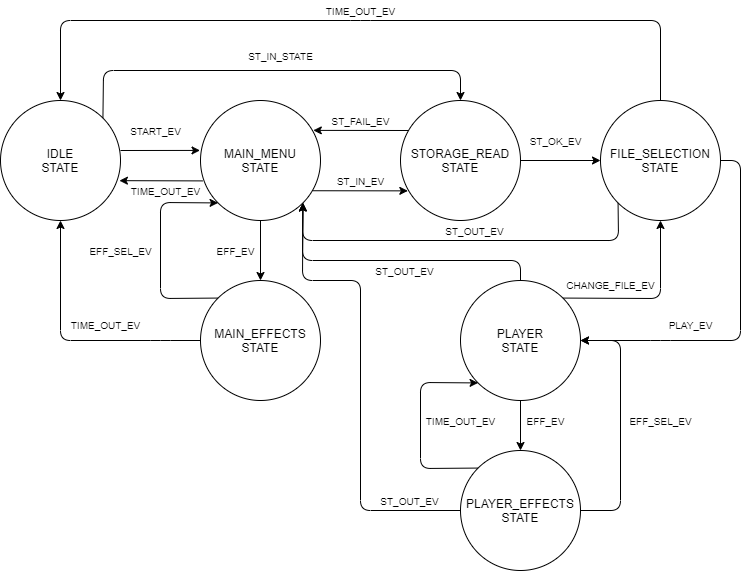
The draw.io diagram docs/fsm.png in Labo-Microprocesadores/MP3_Player, before a commit. Source tidied: cells renumbered, new cells last; positions are measured from the earlier drawing's top-left corner, leaving out a move shared by most shapes. Its diagram source:
```xml
<mxGraphModel>
  <root>
    <mxCell id="0" />
    <mxCell id="1" parent="0" />
    <mxCell id="2" value="IDLE&lt;br&gt;STATE" style="ellipse;whiteSpace=wrap;html=1;" parent="1" vertex="1">
      <mxGeometry y="100" width="120" height="120" as="geometry" />
    </mxCell>
    <mxCell id="3" value="MAIN_MENU&lt;br&gt;STATE" style="ellipse;whiteSpace=wrap;html=1;" parent="1" vertex="1">
      <mxGeometry x="200" y="100" width="120" height="120" as="geometry" />
    </mxCell>
    <mxCell id="4" value="FILE_SELECTION&lt;br&gt;STATE" style="ellipse;whiteSpace=wrap;html=1;" parent="1" vertex="1">
      <mxGeometry x="600" y="100" width="120" height="120" as="geometry" />
    </mxCell>
    <mxCell id="5" value="PLAYER&lt;br&gt;STATE" style="ellipse;whiteSpace=wrap;html=1;" parent="1" vertex="1">
      <mxGeometry x="460" y="280" width="120" height="120" as="geometry" />
    </mxCell>
    <mxCell id="6" value="MAIN_EFFECTS&lt;br&gt;STATE" style="ellipse;whiteSpace=wrap;html=1;" parent="1" vertex="1">
      <mxGeometry x="200" y="280" width="120" height="120" as="geometry" />
    </mxCell>
    <mxCell id="7" style="endArrow=classic;html=1;entryX=-0.004;entryY=0.416;entryDx=0;entryDy=0;entryPerimeter=0;" parent="1" edge="1" target="3">
      <mxGeometry relative="1" as="geometry">
        <mxPoint x="120" y="150" as="sourcePoint" />
      </mxGeometry>
    </mxCell>
    <mxCell id="8" value="STORAGE_READ&lt;br&gt;STATE" style="ellipse;whiteSpace=wrap;html=1;" parent="1" vertex="1">
      <mxGeometry x="400" y="100" width="120" height="120" as="geometry" />
    </mxCell>
    <mxCell id="9" value="&lt;span style=&quot;font-size: 10px&quot;&gt;START_EV&lt;/span&gt;" style="text;html=1;align=center;verticalAlign=middle;" parent="1" vertex="1">
      <mxGeometry x="120" y="120" width="70" height="20" as="geometry" />
    </mxCell>
    <mxCell id="10" style="endArrow=classic;html=1;exitX=1;exitY=0;exitDx=0;exitDy=0;entryX=0.5;entryY=0;entryDx=0;entryDy=0;" parent="1" edge="1" source="2" target="8">
      <mxGeometry relative="1" as="geometry">
        <Array as="points">
          <mxPoint x="103" y="70" />
          <mxPoint x="460" y="70" />
        </Array>
      </mxGeometry>
    </mxCell>
    <mxCell id="11" value="&lt;span style=&quot;font-size: 10px&quot;&gt;ST_IN_STATE&lt;/span&gt;" style="text;html=1;align=center;verticalAlign=middle;" parent="1" vertex="1">
      <mxGeometry x="240" y="45" width="80" height="20" as="geometry" />
    </mxCell>
    <mxCell id="12" style="endArrow=classic;html=1;exitX=1;exitY=0.5;exitDx=0;exitDy=0;entryX=0;entryY=0.5;entryDx=0;entryDy=0;" parent="1" edge="1" source="8" target="4">
      <mxGeometry relative="1" as="geometry" />
    </mxCell>
    <mxCell id="13" value="&lt;span style=&quot;font-size: 10px&quot;&gt;ST_OK_EV&lt;/span&gt;" style="text;html=1;align=center;verticalAlign=middle;" parent="1" vertex="1">
      <mxGeometry x="520" y="130" width="70" height="20" as="geometry" />
    </mxCell>
    <mxCell id="14" style="endArrow=classic;html=1;exitX=0.066;exitY=0.25;exitDx=0;exitDy=0;exitPerimeter=0;entryX=0.94;entryY=0.249;entryDx=0;entryDy=0;entryPerimeter=0;" parent="1" edge="1" source="8" target="3">
      <mxGeometry relative="1" as="geometry" />
    </mxCell>
    <mxCell id="15" value="&lt;span style=&quot;font-size: 10px&quot;&gt;ST_FAIL_EV&lt;/span&gt;" style="text;html=1;align=center;verticalAlign=middle;" parent="1" vertex="1">
      <mxGeometry x="325" y="110" width="70" height="20" as="geometry" />
    </mxCell>
    <mxCell id="16" style="endArrow=classic;html=1;exitX=0.937;exitY=0.752;exitDx=0;exitDy=0;entryX=0.061;entryY=0.753;entryDx=0;entryDy=0;exitPerimeter=0;entryPerimeter=0;" parent="1" edge="1" source="3" target="8">
      <mxGeometry relative="1" as="geometry" />
    </mxCell>
    <mxCell id="17" value="&lt;span style=&quot;font-size: 10px&quot;&gt;ST_IN_EV&lt;/span&gt;" style="text;html=1;align=center;verticalAlign=middle;" parent="1" vertex="1">
      <mxGeometry x="330" y="170" width="60" height="20" as="geometry" />
    </mxCell>
    <mxCell id="18" style="endArrow=classic;html=1;exitX=0.017;exitY=0.67;exitDx=0;exitDy=0;entryX=0.991;entryY=0.668;entryDx=0;entryDy=0;entryPerimeter=0;exitPerimeter=0;" parent="1" edge="1" source="3" target="2">
      <mxGeometry relative="1" as="geometry" />
    </mxCell>
    <mxCell id="19" value="&lt;span style=&quot;font-size: 10px&quot;&gt;TIME_OUT_EV&lt;/span&gt;" style="text;html=1;align=center;verticalAlign=middle;" parent="1" vertex="1">
      <mxGeometry x="120" y="180" width="90" height="20" as="geometry" />
    </mxCell>
    <mxCell id="20" style="endArrow=classic;html=1;exitX=0.5;exitY=0;exitDx=0;exitDy=0;entryX=0.5;entryY=0;entryDx=0;entryDy=0;" parent="1" edge="1" source="4" target="2">
      <mxGeometry relative="1" as="geometry">
        <Array as="points">
          <mxPoint x="660" y="20" />
          <mxPoint x="360" y="20" />
          <mxPoint x="60" y="20" />
        </Array>
      </mxGeometry>
    </mxCell>
    <mxCell id="21" value="&lt;span style=&quot;font-size: 10px&quot;&gt;TIME_OUT_EV&lt;/span&gt;" style="text;html=1;align=center;verticalAlign=middle;" parent="1" vertex="1">
      <mxGeometry x="315" width="90" height="20" as="geometry" />
    </mxCell>
    <mxCell id="22" style="endArrow=classic;html=1;exitX=1;exitY=0.5;exitDx=0;exitDy=0;entryX=1;entryY=0.5;entryDx=0;entryDy=0;" parent="1" edge="1" source="4" target="5">
      <mxGeometry relative="1" as="geometry">
        <Array as="points">
          <mxPoint x="740" y="160" />
          <mxPoint x="740" y="340" />
          <mxPoint x="660" y="340" />
        </Array>
      </mxGeometry>
    </mxCell>
    <mxCell id="23" value="&lt;span style=&quot;font-size: 10px&quot;&gt;PLAY_EV&lt;/span&gt;" style="text;html=1;align=center;verticalAlign=middle;" parent="1" vertex="1">
      <mxGeometry x="660" y="314" width="60" height="20" as="geometry" />
    </mxCell>
    <mxCell id="24" style="endArrow=classic;html=1;exitX=1;exitY=0;exitDx=0;exitDy=0;entryX=0.5;entryY=1;entryDx=0;entryDy=0;" parent="1" edge="1" source="5" target="4">
      <mxGeometry relative="1" as="geometry">
        <Array as="points">
          <mxPoint x="660" y="298" />
        </Array>
      </mxGeometry>
    </mxCell>
    <mxCell id="25" value="&lt;span style=&quot;font-size: 10px&quot;&gt;CHANGE_FILE_EV&lt;/span&gt;" style="text;html=1;align=center;verticalAlign=middle;" parent="1" vertex="1">
      <mxGeometry x="560" y="274" width="100" height="20" as="geometry" />
    </mxCell>
    <mxCell id="26" style="endArrow=classic;html=1;exitX=0.5;exitY=1;exitDx=0;exitDy=0;entryX=0.5;entryY=0;entryDx=0;entryDy=0;" parent="1" edge="1" source="3" target="6">
      <mxGeometry relative="1" as="geometry" />
    </mxCell>
    <mxCell id="27" value="&lt;span style=&quot;font-size: 10px&quot;&gt;EFF_EV&lt;/span&gt;" style="text;html=1;align=center;verticalAlign=middle;" parent="1" vertex="1">
      <mxGeometry x="210" y="240" width="50" height="20" as="geometry" />
    </mxCell>
    <mxCell id="28" style="endArrow=classic;html=1;exitX=0;exitY=0;exitDx=0;exitDy=0;entryX=0;entryY=1;entryDx=0;entryDy=0;" parent="1" edge="1" source="6" target="3">
      <mxGeometry relative="1" as="geometry">
        <Array as="points">
          <mxPoint x="160" y="298" />
          <mxPoint x="160" y="202" />
        </Array>
      </mxGeometry>
    </mxCell>
    <mxCell id="29" style="endArrow=classic;html=1;exitX=0;exitY=1;exitDx=0;exitDy=0;entryX=1;entryY=1;entryDx=0;entryDy=0;" parent="1" edge="1" source="4" target="3">
      <mxGeometry relative="1" as="geometry">
        <Array as="points">
          <mxPoint x="618" y="240" />
          <mxPoint x="302" y="240" />
        </Array>
      </mxGeometry>
    </mxCell>
    <mxCell id="30" style="endArrow=classic;html=1;exitX=0.5;exitY=0;exitDx=0;exitDy=0;entryX=1;entryY=1;entryDx=0;entryDy=0;" parent="1" edge="1" source="5" target="3">
      <mxGeometry relative="1" as="geometry">
        <Array as="points">
          <mxPoint x="520" y="260" />
          <mxPoint x="302" y="260" />
        </Array>
      </mxGeometry>
    </mxCell>
    <mxCell id="31" value="&lt;span style=&quot;font-size: 10px&quot;&gt;ST_OUT_EV&lt;/span&gt;" style="text;html=1;align=center;verticalAlign=middle;" parent="1" vertex="1">
      <mxGeometry x="439" y="220" width="70" height="20" as="geometry" />
    </mxCell>
    <mxCell id="32" value="&lt;span style=&quot;font-size: 10px&quot;&gt;ST_OUT_EV&lt;/span&gt;" style="text;html=1;align=center;verticalAlign=middle;" parent="1" vertex="1">
      <mxGeometry x="369" y="260" width="70" height="20" as="geometry" />
    </mxCell>
    <mxCell id="33" value="PLAYER_EFFECTS&lt;br&gt;STATE" style="ellipse;whiteSpace=wrap;html=1;" parent="1" vertex="1">
      <mxGeometry x="460" y="450" width="120" height="120" as="geometry" />
    </mxCell>
    <mxCell id="34" style="endArrow=classic;html=1;exitX=1;exitY=0.5;exitDx=0;exitDy=0;entryX=1;entryY=0.5;entryDx=0;entryDy=0;" parent="1" edge="1" source="33" target="5">
      <mxGeometry relative="1" as="geometry">
        <Array as="points">
          <mxPoint x="620" y="510" />
          <mxPoint x="620" y="340" />
        </Array>
      </mxGeometry>
    </mxCell>
    <mxCell id="35" value="&lt;span style=&quot;font-size: 10px&quot;&gt;EFF_SEL_EV&lt;/span&gt;" style="text;html=1;align=center;verticalAlign=middle;" parent="1" vertex="1">
      <mxGeometry x="620" y="410" width="80" height="20" as="geometry" />
    </mxCell>
    <mxCell id="36" style="endArrow=classic;html=1;exitX=0.5;exitY=1;exitDx=0;exitDy=0;entryX=0.5;entryY=0;entryDx=0;entryDy=0;" parent="1" edge="1" source="5" target="33">
      <mxGeometry relative="1" as="geometry" />
    </mxCell>
    <mxCell id="37" value="&lt;span style=&quot;font-size: 10px&quot;&gt;EFF_EV&lt;/span&gt;" style="text;html=1;align=center;verticalAlign=middle;" parent="1" vertex="1">
      <mxGeometry x="520" y="410" width="50" height="20" as="geometry" />
    </mxCell>
    <mxCell id="38" style="endArrow=classic;html=1;exitX=0;exitY=0;exitDx=0;exitDy=0;entryX=0;entryY=1;entryDx=0;entryDy=0;" parent="1" edge="1" source="33" target="5">
      <mxGeometry relative="1" as="geometry">
        <Array as="points">
          <mxPoint x="420" y="468" />
          <mxPoint x="420" y="382" />
        </Array>
      </mxGeometry>
    </mxCell>
    <mxCell id="39" value="&lt;span style=&quot;font-size: 10px&quot;&gt;TIME_OUT_EV&lt;/span&gt;" style="text;html=1;align=center;verticalAlign=middle;" parent="1" vertex="1">
      <mxGeometry x="415" y="410" width="90" height="20" as="geometry" />
    </mxCell>
    <mxCell id="40" value="&lt;span style=&quot;font-size: 10px&quot;&gt;EFF_SEL_EV&lt;/span&gt;" style="text;html=1;align=center;verticalAlign=middle;" parent="1" vertex="1">
      <mxGeometry x="80" y="240" width="80" height="20" as="geometry" />
    </mxCell>
    <mxCell id="41" style="endArrow=classic;html=1;exitX=0;exitY=0.5;exitDx=0;exitDy=0;entryX=0.5;entryY=1;entryDx=0;entryDy=0;" parent="1" edge="1" source="6" target="2">
      <mxGeometry relative="1" as="geometry">
        <Array as="points">
          <mxPoint x="160" y="340" />
          <mxPoint x="60" y="340" />
        </Array>
      </mxGeometry>
    </mxCell>
    <mxCell id="42" value="&lt;span style=&quot;font-size: 10px&quot;&gt;TIME_OUT_EV&lt;/span&gt;" style="text;html=1;align=center;verticalAlign=middle;" parent="1" vertex="1">
      <mxGeometry x="60" y="314" width="90" height="20" as="geometry" />
    </mxCell>
    <mxCell id="43" style="endArrow=classic;html=1;exitX=0;exitY=0.5;exitDx=0;exitDy=0;entryX=1;entryY=1;entryDx=0;entryDy=0;" parent="1" edge="1" source="33" target="3">
      <mxGeometry relative="1" as="geometry">
        <Array as="points">
          <mxPoint x="360" y="510" />
          <mxPoint x="360" y="280" />
          <mxPoint x="302" y="280" />
        </Array>
      </mxGeometry>
    </mxCell>
    <mxCell id="44" value="&lt;span style=&quot;font-size: 10px&quot;&gt;ST_OUT_EV&lt;/span&gt;" style="text;html=1;align=center;verticalAlign=middle;" parent="1" vertex="1">
      <mxGeometry x="374" y="490" width="70" height="20" as="geometry" />
    </mxCell>
  </root>
</mxGraphModel>
```
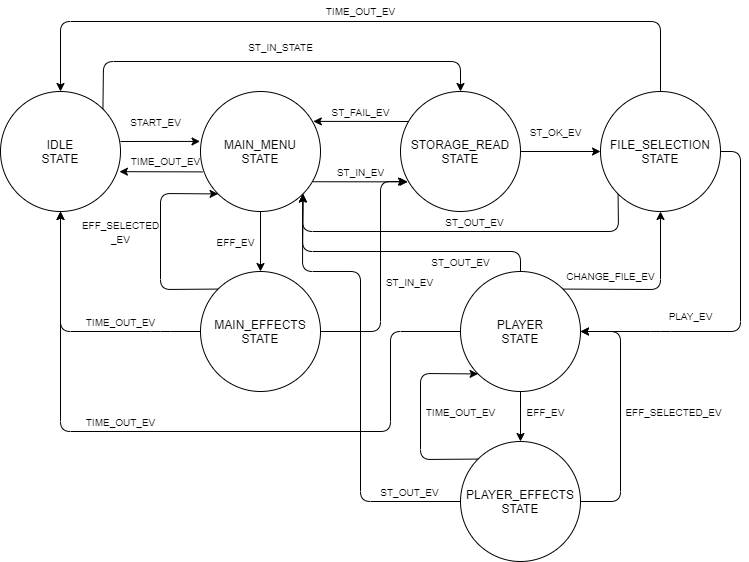
Later version of the same file.

Commit message:
player fsm diagram

The edit, as a diff of the source:
```diff
@@ -61,19 +61,18 @@
       <mxGeometry relative="1" as="geometry" />
     </mxCell>
     <mxCell id="19" value="&lt;span style=&quot;font-size: 10px&quot;&gt;TIME_OUT_EV&lt;/span&gt;" style="text;html=1;align=center;verticalAlign=middle;" parent="1" vertex="1">
-      <mxGeometry x="120" y="180" width="90" height="20" as="geometry" />
+      <mxGeometry x="120" y="159" width="90" height="20" as="geometry" />
     </mxCell>
     <mxCell id="20" style="endArrow=classic;html=1;exitX=0.5;exitY=0;exitDx=0;exitDy=0;entryX=0.5;entryY=0;entryDx=0;entryDy=0;" parent="1" edge="1" source="4" target="2">
       <mxGeometry relative="1" as="geometry">
         <Array as="points">
-          <mxPoint x="660" y="20" />
-          <mxPoint x="360" y="20" />
-          <mxPoint x="60" y="20" />
+          <mxPoint x="660" y="30" />
+          <mxPoint x="60" y="30" />
         </Array>
       </mxGeometry>
     </mxCell>
     <mxCell id="21" value="&lt;span style=&quot;font-size: 10px&quot;&gt;TIME_OUT_EV&lt;/span&gt;" style="text;html=1;align=center;verticalAlign=middle;" parent="1" vertex="1">
-      <mxGeometry x="315" width="90" height="20" as="geometry" />
+      <mxGeometry x="315" y="9" width="90" height="20" as="geometry" />
     </mxCell>
     <mxCell id="22" style="endArrow=classic;html=1;exitX=1;exitY=0.5;exitDx=0;exitDy=0;entryX=1;entryY=0.5;entryDx=0;entryDy=0;" parent="1" edge="1" source="4" target="5">
       <mxGeometry relative="1" as="geometry">
@@ -131,7 +130,7 @@
       <mxGeometry x="439" y="220" width="70" height="20" as="geometry" />
     </mxCell>
     <mxCell id="32" value="&lt;span style=&quot;font-size: 10px&quot;&gt;ST_OUT_EV&lt;/span&gt;" style="text;html=1;align=center;verticalAlign=middle;" parent="1" vertex="1">
-      <mxGeometry x="369" y="260" width="70" height="20" as="geometry" />
+      <mxGeometry x="425" y="260" width="70" height="20" as="geometry" />
     </mxCell>
     <mxCell id="33" value="PLAYER_EFFECTS&lt;br&gt;STATE" style="ellipse;whiteSpace=wrap;html=1;" parent="1" vertex="1">
       <mxGeometry x="460" y="450" width="120" height="120" as="geometry" />
@@ -144,8 +143,8 @@
         </Array>
       </mxGeometry>
     </mxCell>
-    <mxCell id="35" value="&lt;span style=&quot;font-size: 10px&quot;&gt;EFF_SEL_EV&lt;/span&gt;" style="text;html=1;align=center;verticalAlign=middle;" parent="1" vertex="1">
-      <mxGeometry x="620" y="410" width="80" height="20" as="geometry" />
+    <mxCell id="35" value="&lt;span style=&quot;font-size: 10px&quot;&gt;EFF_SELECTED_EV&lt;/span&gt;" style="text;html=1;align=center;verticalAlign=middle;" parent="1" vertex="1">
+      <mxGeometry x="618" y="410" width="110" height="20" as="geometry" />
     </mxCell>
     <mxCell id="36" style="endArrow=classic;html=1;exitX=0.5;exitY=1;exitDx=0;exitDy=0;entryX=0.5;entryY=0;entryDx=0;entryDy=0;" parent="1" edge="1" source="5" target="33">
       <mxGeometry relative="1" as="geometry" />
@@ -164,8 +163,8 @@
     <mxCell id="39" value="&lt;span style=&quot;font-size: 10px&quot;&gt;TIME_OUT_EV&lt;/span&gt;" style="text;html=1;align=center;verticalAlign=middle;" parent="1" vertex="1">
       <mxGeometry x="415" y="410" width="90" height="20" as="geometry" />
     </mxCell>
-    <mxCell id="40" value="&lt;span style=&quot;font-size: 10px&quot;&gt;EFF_SEL_EV&lt;/span&gt;" style="text;html=1;align=center;verticalAlign=middle;" parent="1" vertex="1">
-      <mxGeometry x="80" y="240" width="80" height="20" as="geometry" />
+    <mxCell id="40" value="&lt;font style=&quot;font-size: 10px&quot;&gt;EFF_SELECTED&lt;br&gt;_EV&lt;/font&gt;" style="text;html=1;align=center;verticalAlign=middle;rotation=0;" parent="1" vertex="1">
+      <mxGeometry x="75" y="220" width="90" height="40" as="geometry" />
     </mxCell>
     <mxCell id="41" style="endArrow=classic;html=1;exitX=0;exitY=0.5;exitDx=0;exitDy=0;entryX=0.5;entryY=1;entryDx=0;entryDy=0;" parent="1" edge="1" source="6" target="2">
       <mxGeometry relative="1" as="geometry">
@@ -176,7 +175,7 @@
       </mxGeometry>
     </mxCell>
     <mxCell id="42" value="&lt;span style=&quot;font-size: 10px&quot;&gt;TIME_OUT_EV&lt;/span&gt;" style="text;html=1;align=center;verticalAlign=middle;" parent="1" vertex="1">
-      <mxGeometry x="60" y="314" width="90" height="20" as="geometry" />
+      <mxGeometry x="75" y="320" width="90" height="20" as="geometry" />
     </mxCell>
     <mxCell id="43" style="endArrow=classic;html=1;exitX=0;exitY=0.5;exitDx=0;exitDy=0;entryX=1;entryY=1;entryDx=0;entryDy=0;" parent="1" edge="1" source="33" target="3">
       <mxGeometry relative="1" as="geometry">
@@ -190,5 +189,29 @@
     <mxCell id="44" value="&lt;span style=&quot;font-size: 10px&quot;&gt;ST_OUT_EV&lt;/span&gt;" style="text;html=1;align=center;verticalAlign=middle;" parent="1" vertex="1">
       <mxGeometry x="374" y="490" width="70" height="20" as="geometry" />
     </mxCell>
+    <mxCell id="45" style="endArrow=classic;html=1;exitX=1;exitY=0.5;exitDx=0;exitDy=0;" parent="1" edge="1" source="6">
+      <mxGeometry relative="1" as="geometry">
+        <mxPoint x="406" y="190" as="targetPoint" />
+        <Array as="points">
+          <mxPoint x="380" y="340" />
+          <mxPoint x="380" y="190" />
+        </Array>
+      </mxGeometry>
+    </mxCell>
+    <mxCell id="46" value="&lt;span style=&quot;font-size: 10px&quot;&gt;ST_IN_EV&lt;/span&gt;" style="text;html=1;align=center;verticalAlign=middle;" parent="1" vertex="1">
+      <mxGeometry x="379" y="280" width="60" height="20" as="geometry" />
+    </mxCell>
+    <mxCell id="47" style="endArrow=classic;html=1;exitX=0;exitY=0.5;exitDx=0;exitDy=0;entryX=0.5;entryY=1;entryDx=0;entryDy=0;" parent="1" edge="1" source="5" target="2">
+      <mxGeometry relative="1" as="geometry">
+        <Array as="points">
+          <mxPoint x="390" y="340" />
+          <mxPoint x="390" y="440" />
+          <mxPoint x="60" y="440" />
+        </Array>
+      </mxGeometry>
+    </mxCell>
+    <mxCell id="48" value="&lt;span style=&quot;font-size: 10px&quot;&gt;TIME_OUT_EV&lt;/span&gt;" style="text;html=1;align=center;verticalAlign=middle;" parent="1" vertex="1">
+      <mxGeometry x="75" y="420" width="90" height="20" as="geometry" />
+    </mxCell>
   </root>
 </mxGraphModel>
```
